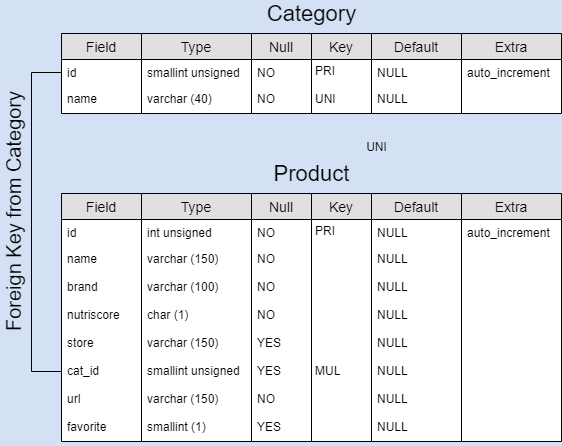
This is physic_data_model.png from Tony380/Projet5, a draw.io export, as it was before one commit. Source tidied: cells renumbered, new cells last; positions are measured from the earlier drawing's top-left corner, leaving out a move shared by most shapes.
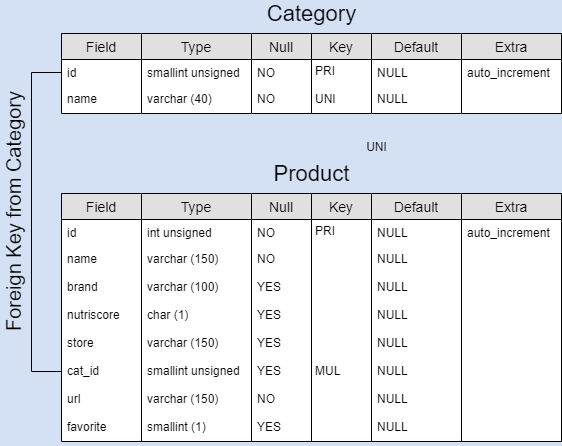
Later version of the same file.

What changed in the source:
```diff
@@ -55,10 +55,10 @@
     <mxCell id="17" value="NO" style="text;strokeColor=none;fillColor=none;spacingLeft=4;spacingRight=4;overflow=hidden;fontSize=12;" parent="15" vertex="1">
       <mxGeometry y="52" width="60" height="28" as="geometry" />
     </mxCell>
-    <mxCell id="18" value="NO" style="text;strokeColor=none;fillColor=none;spacingLeft=4;spacingRight=4;overflow=hidden;fontSize=12;" parent="15" vertex="1">
+    <mxCell id="18" value="YES" style="text;strokeColor=none;fillColor=none;spacingLeft=4;spacingRight=4;overflow=hidden;fontSize=12;" parent="15" vertex="1">
       <mxGeometry y="80" width="60" height="28" as="geometry" />
     </mxCell>
-    <mxCell id="19" value="NO" style="text;strokeColor=none;fillColor=none;spacingLeft=4;spacingRight=4;overflow=hidden;fontSize=12;" parent="15" vertex="1">
+    <mxCell id="19" value="YES" style="text;strokeColor=none;fillColor=none;spacingLeft=4;spacingRight=4;overflow=hidden;fontSize=12;" parent="15" vertex="1">
       <mxGeometry y="108" width="60" height="28" as="geometry" />
     </mxCell>
     <mxCell id="20" value="YES" style="text;strokeColor=none;fillColor=none;spacingLeft=4;spacingRight=4;overflow=hidden;fontSize=12;" parent="15" vertex="1">
```
